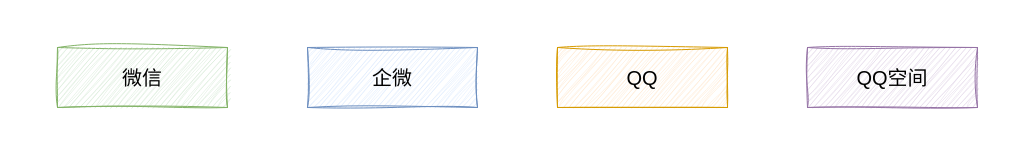
This is 私域架构图.drawio from skindhu/9GAG, a draw.io file, before an edit. Source tidied: cells renumbered, new cells numbered last; positions are measured from the earlier drawing's top-left corner, leaving out a move shared by most shapes. Both pictures are drawn from the tidied source at 100%, with x=0, y=0 at pixel (57, 47).
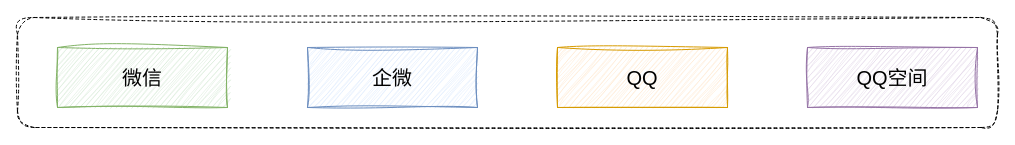
The same page after the edit.

Commit message (it also covers changes not shown here):
更新私域架构图.drawio

The edit, as a diff of the source:
```diff
@@
 <mxGraphModel>
   <root>
     <mxCell id="0" />
     <mxCell id="1" parent="0" />
+    <mxCell id="6" style="rounded=1;whiteSpace=wrap;html=1;dashed=1;sketch=1;curveFitting=1;jiggle=2;" parent="1" vertex="1">
+      <mxGeometry x="-40" y="-30" width="980" height="110" as="geometry" />
+    </mxCell>
     <mxCell id="2" value="微信" style="rounded=0;whiteSpace=wrap;html=1;fontSize=20;fillColor=#d5e8d4;strokeColor=#82b366;sketch=1;curveFitting=1;jiggle=2;" parent="1" vertex="1">
       <mxGeometry width="170" height="60" as="geometry" />
     </mxCell>
     <mxCell id="3" value="企微" style="rounded=0;whiteSpace=wrap;html=1;fontSize=20;fillColor=#dae8fc;strokeColor=#6c8ebf;sketch=1;curveFitting=1;jiggle=2;" parent="1" vertex="1">
       <mxGeometry x="250" width="170" height="60" as="geometry" />
     </mxCell>
     <mxCell id="4" value="QQ" style="rounded=0;whiteSpace=wrap;html=1;fontSize=20;fillColor=#ffe6cc;strokeColor=#d79b00;sketch=1;curveFitting=1;jiggle=2;" parent="1" vertex="1">
       <mxGeometry x="500" width="170" height="60" as="geometry" />
     </mxCell>
     <mxCell id="5" value="QQ空间" style="rounded=0;whiteSpace=wrap;html=1;fontSize=20;fillColor=#e1d5e7;strokeColor=#9673a6;sketch=1;curveFitting=1;jiggle=2;" parent="1" vertex="1">
       <mxGeometry x="750" width="170" height="60" as="geometry" />
     </mxCell>
   </root>
 </mxGraphModel>
```
